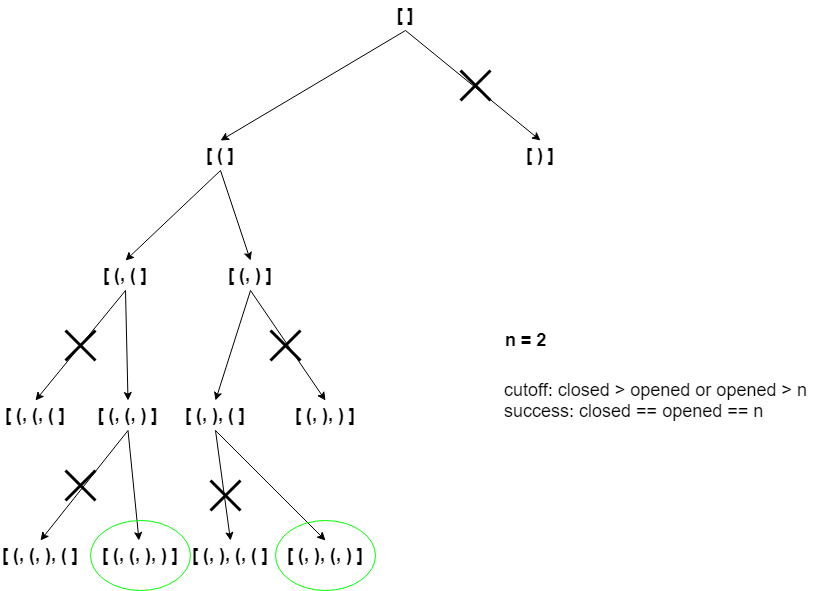
The draw.io diagram Neetcode150/img/GenerateParantheses.png in ashiven/leetcode-solutions, before a commit. Source tidied: cells renumbered, new cells last; positions are measured from the earlier drawing's top-left corner, leaving out a move shared by most shapes.
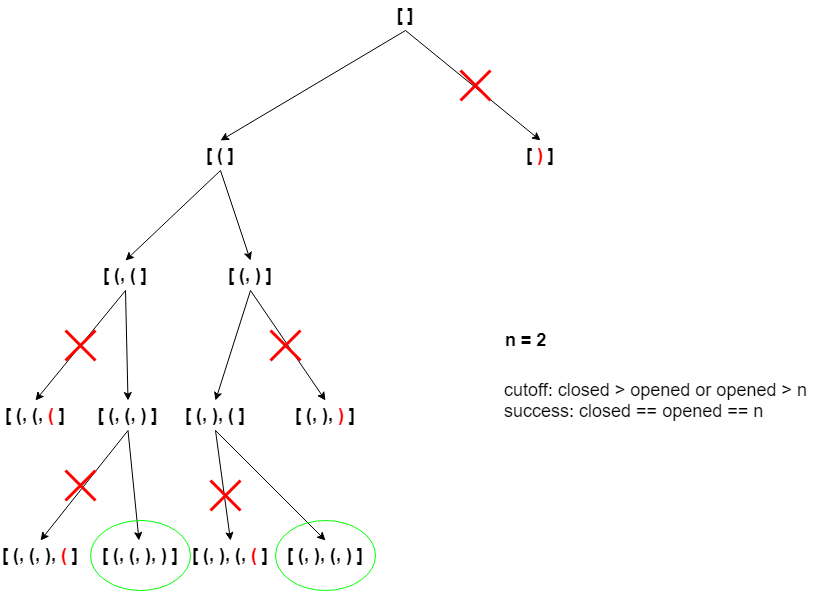
After the change.

Diff of the diagram source:
```diff
@@ -11,7 +11,7 @@
     <mxCell id="4" value="&lt;font style=&quot;font-size: 18px;&quot;&gt;&lt;b&gt;[ ( ]&lt;/b&gt;&lt;/font&gt;" style="text;strokeColor=none;align=center;fillColor=none;html=1;verticalAlign=middle;whiteSpace=wrap;rounded=0;" parent="1" vertex="1">
       <mxGeometry x="190" y="140" width="60" height="30" as="geometry" />
     </mxCell>
-    <mxCell id="5" value="&lt;font style=&quot;font-size: 18px;&quot;&gt;&lt;b&gt;[ ) ]&lt;/b&gt;&lt;/font&gt;" style="text;strokeColor=none;align=center;fillColor=none;html=1;verticalAlign=middle;whiteSpace=wrap;rounded=0;" parent="1" vertex="1">
+    <mxCell id="5" value="&lt;font style=&quot;font-size: 18px;&quot;&gt;&lt;b&gt;[ &lt;font color=&quot;#ff0000&quot;&gt;)&lt;/font&gt; ]&lt;/b&gt;&lt;/font&gt;" style="text;strokeColor=none;align=center;fillColor=none;html=1;verticalAlign=middle;whiteSpace=wrap;rounded=0;" parent="1" vertex="1">
       <mxGeometry x="510" y="140" width="60" height="30" as="geometry" />
     </mxCell>
     <mxCell id="6" value="&lt;font style=&quot;font-size: 18px;&quot;&gt;&lt;b&gt;[ (, (, ) ]&lt;/b&gt;&lt;/font&gt;" style="text;strokeColor=none;align=center;fillColor=none;html=1;verticalAlign=middle;whiteSpace=wrap;rounded=0;" parent="1" vertex="1">
@@ -26,7 +26,7 @@
     <mxCell id="9" value="&lt;font style=&quot;font-size: 18px;&quot;&gt;&lt;b&gt;[ (, ), ( ]&lt;/b&gt;&lt;/font&gt;" style="text;strokeColor=none;align=center;fillColor=none;html=1;verticalAlign=middle;whiteSpace=wrap;rounded=0;" parent="1" vertex="1">
       <mxGeometry x="180" y="400" width="70" height="30" as="geometry" />
     </mxCell>
-    <mxCell id="10" value="&lt;font style=&quot;font-size: 18px;&quot;&gt;&lt;b&gt;[ (, (, ( ]&lt;/b&gt;&lt;/font&gt;" style="text;strokeColor=none;align=center;fillColor=none;html=1;verticalAlign=middle;whiteSpace=wrap;rounded=0;" parent="1" vertex="1">
+    <mxCell id="10" value="&lt;font style=&quot;font-size: 18px;&quot;&gt;&lt;b&gt;[ (, (, &lt;font color=&quot;#ff0000&quot;&gt;(&lt;/font&gt; ]&lt;/b&gt;&lt;/font&gt;" style="text;strokeColor=none;align=center;fillColor=none;html=1;verticalAlign=middle;whiteSpace=wrap;rounded=0;" parent="1" vertex="1">
       <mxGeometry y="400" width="70" height="30" as="geometry" />
     </mxCell>
     <mxCell id="11" value="&lt;div style=&quot;text-align: justify;&quot;&gt;&lt;br&gt;&lt;/div&gt;&lt;div style=&quot;text-align: justify;&quot;&gt;&lt;span style=&quot;background-color: initial;&quot;&gt;cutoff: closed &amp;gt; opened or opened &amp;gt; n&lt;/span&gt;&lt;/div&gt;&lt;div style=&quot;text-align: justify;&quot;&gt;&lt;span style=&quot;background-color: initial;&quot;&gt;success: closed == opened == n&lt;/span&gt;&lt;/div&gt;" style="text;html=1;align=center;verticalAlign=middle;strokeColor=none;fillColor=none;fontSize=18;" parent="1" vertex="1">
@@ -44,13 +44,13 @@
     <mxCell id="15" style="endArrow=classic;html=1;rounded=0;fontSize=18;exitX=0.5;exitY=1;exitDx=0;exitDy=0;entryX=0.5;entryY=0;entryDx=0;entryDy=0;" parent="1" edge="1" source="3" target="5">
       <mxGeometry relative="1" as="geometry" />
     </mxCell>
-    <mxCell id="16" style="shape=umlDestroy;whiteSpace=wrap;html=1;strokeWidth=3;targetShapes=umlLifeline;fontSize=18;" parent="1" vertex="1">
+    <mxCell id="16" style="shape=umlDestroy;whiteSpace=wrap;html=1;strokeWidth=3;targetShapes=umlLifeline;fontSize=18;strokeColor=#FF0000;" parent="1" vertex="1">
       <mxGeometry x="460" y="70" width="30" height="30" as="geometry" />
     </mxCell>
     <mxCell id="17" style="endArrow=classic;html=1;rounded=0;fontSize=18;exitX=0.5;exitY=1;exitDx=0;exitDy=0;entryX=0.5;entryY=0;entryDx=0;entryDy=0;" parent="1" edge="1" source="7" target="10">
       <mxGeometry relative="1" as="geometry" />
     </mxCell>
-    <mxCell id="18" style="shape=umlDestroy;whiteSpace=wrap;html=1;strokeWidth=3;targetShapes=umlLifeline;fontSize=18;" parent="1" vertex="1">
+    <mxCell id="18" style="shape=umlDestroy;whiteSpace=wrap;html=1;strokeWidth=3;targetShapes=umlLifeline;fontSize=18;strokeColor=#FF0000;" parent="1" vertex="1">
       <mxGeometry x="65" y="330" width="30" height="30" as="geometry" />
     </mxCell>
     <mxCell id="19" style="endArrow=classic;html=1;rounded=0;fontSize=18;exitX=0.5;exitY=1;exitDx=0;exitDy=0;entryX=0.5;entryY=0;entryDx=0;entryDy=0;" parent="1" edge="1" source="7" target="6">
@@ -62,16 +62,16 @@
     <mxCell id="21" style="endArrow=classic;html=1;rounded=0;fontSize=18;exitX=0.5;exitY=1;exitDx=0;exitDy=0;entryX=0.5;entryY=0;entryDx=0;entryDy=0;" parent="1" edge="1" source="8" target="9">
       <mxGeometry relative="1" as="geometry" />
     </mxCell>
-    <mxCell id="22" value="&lt;font style=&quot;font-size: 18px;&quot;&gt;&lt;b&gt;[ (, ), ) ]&lt;/b&gt;&lt;/font&gt;" style="text;strokeColor=none;align=center;fillColor=none;html=1;verticalAlign=middle;whiteSpace=wrap;rounded=0;" parent="1" vertex="1">
+    <mxCell id="22" value="&lt;font style=&quot;font-size: 18px;&quot;&gt;&lt;b&gt;[ (, ), &lt;font color=&quot;#ff0000&quot;&gt;)&lt;/font&gt; ]&lt;/b&gt;&lt;/font&gt;" style="text;strokeColor=none;align=center;fillColor=none;html=1;verticalAlign=middle;whiteSpace=wrap;rounded=0;" parent="1" vertex="1">
       <mxGeometry x="290" y="400" width="70" height="30" as="geometry" />
     </mxCell>
     <mxCell id="23" style="endArrow=classic;html=1;rounded=0;fontSize=18;exitX=0.5;exitY=1;exitDx=0;exitDy=0;entryX=0.5;entryY=0;entryDx=0;entryDy=0;" parent="1" edge="1" source="8" target="22">
       <mxGeometry relative="1" as="geometry" />
     </mxCell>
-    <mxCell id="24" style="shape=umlDestroy;whiteSpace=wrap;html=1;strokeWidth=3;targetShapes=umlLifeline;fontSize=18;" parent="1" vertex="1">
+    <mxCell id="24" style="shape=umlDestroy;whiteSpace=wrap;html=1;strokeWidth=3;targetShapes=umlLifeline;fontSize=18;strokeColor=#FF0000;" parent="1" vertex="1">
       <mxGeometry x="270" y="330" width="30" height="30" as="geometry" />
     </mxCell>
-    <mxCell id="25" value="&lt;font style=&quot;font-size: 18px;&quot;&gt;&lt;b&gt;[ (, (, ), ( ]&lt;/b&gt;&lt;/font&gt;" style="text;strokeColor=none;align=center;fillColor=none;html=1;verticalAlign=middle;whiteSpace=wrap;rounded=0;" parent="1" vertex="1">
+    <mxCell id="25" value="&lt;font style=&quot;font-size: 18px;&quot;&gt;&lt;b&gt;[ (, (, ), &lt;font color=&quot;#ff0000&quot;&gt;(&lt;/font&gt; ]&lt;/b&gt;&lt;/font&gt;" style="text;strokeColor=none;align=center;fillColor=none;html=1;verticalAlign=middle;whiteSpace=wrap;rounded=0;" parent="1" vertex="1">
       <mxGeometry y="540" width="80" height="30" as="geometry" />
     </mxCell>
     <mxCell id="26" value="&lt;font style=&quot;font-size: 18px;&quot;&gt;&lt;b&gt;[ (, (, ), ) ]&lt;/b&gt;&lt;/font&gt;" style="text;strokeColor=none;align=center;fillColor=none;html=1;verticalAlign=middle;whiteSpace=wrap;rounded=0;" parent="1" vertex="1">
@@ -80,10 +80,10 @@
     <mxCell id="27" style="endArrow=classic;html=1;rounded=0;fontSize=18;exitX=0.5;exitY=1;exitDx=0;exitDy=0;" parent="1" edge="1" source="6" target="26">
       <mxGeometry relative="1" as="geometry" />
     </mxCell>
-    <mxCell id="28" style="shape=umlDestroy;whiteSpace=wrap;html=1;strokeWidth=3;targetShapes=umlLifeline;fontSize=18;" parent="1" vertex="1">
+    <mxCell id="28" style="shape=umlDestroy;whiteSpace=wrap;html=1;strokeWidth=3;targetShapes=umlLifeline;fontSize=18;strokeColor=#FF0000;" parent="1" vertex="1">
       <mxGeometry x="65" y="470" width="30" height="30" as="geometry" />
     </mxCell>
-    <mxCell id="29" value="&lt;font style=&quot;font-size: 18px;&quot;&gt;&lt;b&gt;[ (, ), (, ( ]&lt;/b&gt;&lt;/font&gt;" style="text;strokeColor=none;align=center;fillColor=none;html=1;verticalAlign=middle;whiteSpace=wrap;rounded=0;" parent="1" vertex="1">
+    <mxCell id="29" value="&lt;font style=&quot;font-size: 18px;&quot;&gt;&lt;b&gt;[ (, ), (, &lt;font color=&quot;#ff0000&quot;&gt;(&lt;/font&gt; ]&lt;/b&gt;&lt;/font&gt;" style="text;strokeColor=none;align=center;fillColor=none;html=1;verticalAlign=middle;whiteSpace=wrap;rounded=0;" parent="1" vertex="1">
       <mxGeometry x="190" y="540" width="80" height="30" as="geometry" />
     </mxCell>
     <mxCell id="30" value="&lt;font style=&quot;font-size: 18px;&quot;&gt;&lt;b&gt;[ (, ), (, ) ]&lt;/b&gt;&lt;/font&gt;" style="text;strokeColor=none;align=center;fillColor=none;html=1;verticalAlign=middle;whiteSpace=wrap;rounded=0;" parent="1" vertex="1">
@@ -95,7 +95,7 @@
     <mxCell id="32" style="endArrow=classic;html=1;rounded=0;fontSize=18;exitX=0.5;exitY=1;exitDx=0;exitDy=0;entryX=0.5;entryY=0;entryDx=0;entryDy=0;" parent="1" edge="1" source="9" target="30">
       <mxGeometry relative="1" as="geometry" />
     </mxCell>
-    <mxCell id="33" style="shape=umlDestroy;whiteSpace=wrap;html=1;strokeWidth=3;targetShapes=umlLifeline;fontSize=18;" parent="1" vertex="1">
+    <mxCell id="33" style="shape=umlDestroy;whiteSpace=wrap;html=1;strokeWidth=3;targetShapes=umlLifeline;fontSize=18;strokeColor=#FF0000;" parent="1" vertex="1">
       <mxGeometry x="210" y="480" width="30" height="30" as="geometry" />
     </mxCell>
     <mxCell id="34" style="ellipse;whiteSpace=wrap;html=1;fontSize=18;fillColor=none;strokeColor=#00FF00;" parent="1" vertex="1">
```
